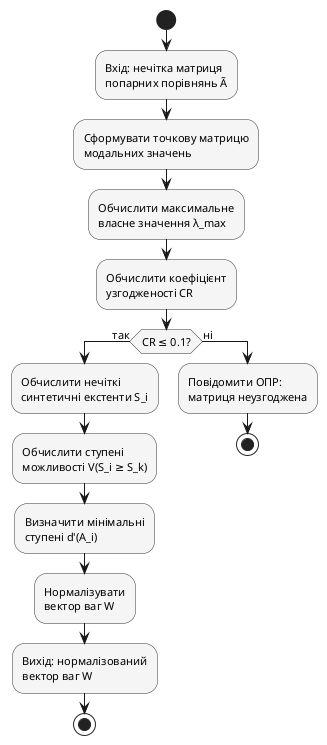
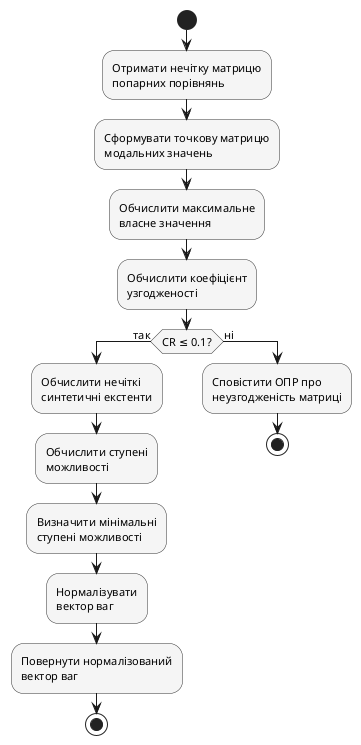
@startuml
' Рис. 2.7. Діаграма діяльності алгоритму FAHP
skinparam shadowing false
skinparam defaultFontName "Times New Roman"
skinparam defaultFontSize 11
skinparam activity {
    BackgroundColor #f5f5f5
    BorderColor #333333
}
skinparam activityDiamond {
    BackgroundColor #f5f5f5
    BorderColor #333333
}

start
- :Вхід: нечітка матриця\nпопарних порівнянь Ã;
+ :Отримати нечітку матрицю\nпопарних порівнянь;

:Сформувати точкову матрицю\nмодальних значень;

- :Обчислити максимальне\nвласне значення λ_max;
+ :Обчислити максимальне\nвласне значення;

- :Обчислити коефіцієнт\nузгодженості CR;
+ :Обчислити коефіцієнт\nузгодженості;

if (CR ≤ 0.1?) then (так)
-     :Обчислити нечіткі\nсинтетичні екстенти S_i;
+     :Обчислити нечіткі\nсинтетичні екстенти;

-     :Обчислити ступені\nможливості V(S_i ≥ S_k);
+     :Обчислити ступені\nможливості;

-     :Визначити мінімальні\nступені d'(A_i);
+     :Визначити мінімальні\nступені можливості;

-     :Нормалізувати\nвектор ваг W;
+     :Нормалізувати\nвектор ваг;

-     :Вихід: нормалізований\nвектор ваг W;
+     :Повернути нормалізований\nвектор ваг;
    stop
else (ні)
-     :Повідомити ОПР:\nматриця неузгоджена;
+     :Сповістити ОПР про\nнеузгодженість матриці;
    stop
endif

@enduml
